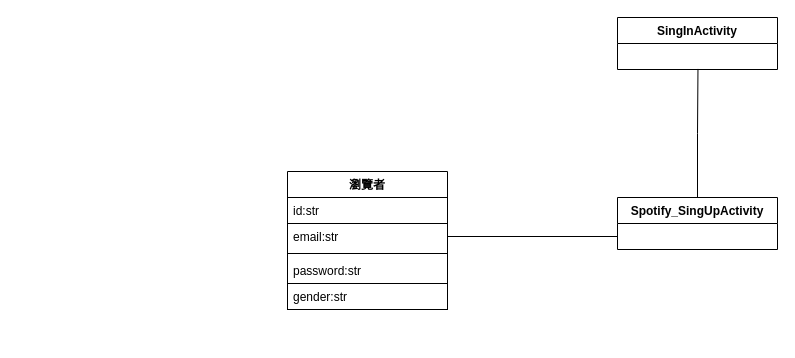
Before: page "註冊作業" (3 of 4) of draw object class.drawio in 35596035/End-of-period-project, a draw.io diagram. Source tidied: cells renumbered, new cells numbered last; positions are measured from the earlier drawing's top-left corner, leaving out a move shared by most shapes. Both pictures are drawn from the tidied source at 100%, with x=0, y=0 at pixel (287, 17).
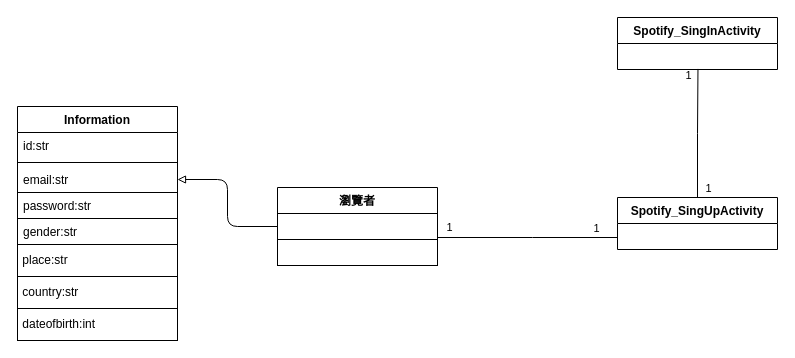
Above is the later version.

The change refers to these unchanged cells:
```xml
<mxCell id="8" style="edgeStyle=orthogonalEdgeStyle;rounded=0;jettySize=auto;html=1;exitX=0.5;exitY=0;exitDx=0;exitDy=0;entryX=0.503;entryY=0.979;entryDx=0;entryDy=0;entryPerimeter=0;endArrow=none;endFill=0;" parent="1" edge="1" source="9" target="12">
  <mxGeometry relative="1" as="geometry" />
</mxCell>
<mxCell id="10" value=" " style="text;strokeColor=none;fillColor=none;align=left;verticalAlign=top;spacingLeft=4;spacingRight=4;overflow=hidden;points=[[0,0.5],[1,0.5]];portConstraint=eastwest;" parent="9" vertex="1">
  <mxGeometry y="26" width="160" height="26" as="geometry" />
</mxCell>
```

Diff of the diagram source:
```diff
@@
     <mxCell id="2" value="瀏覽者" style="swimlane;fontStyle=1;align=center;verticalAlign=top;horizontal=1;startSize=26;" parent="1" vertex="1">
-      <mxGeometry y="154" width="160" height="138" as="geometry" />
+      <mxGeometry x="-10" y="170" width="160" height="78" as="geometry" />
     </mxCell>
-    <mxCell id="3" value="id:str" style="text;strokeColor=default;fillColor=none;align=left;verticalAlign=top;spacingLeft=4;spacingRight=4;overflow=hidden;points=[[0,0.5],[1,0.5]];portConstraint=eastwest;" parent="2" vertex="1">
+    <mxCell id="3" value=" " style="text;strokeColor=default;fillColor=none;align=left;verticalAlign=top;spacingLeft=4;spacingRight=4;overflow=hidden;points=[[0,0.5],[1,0.5]];portConstraint=eastwest;" parent="2" vertex="1">
       <mxGeometry y="26" width="160" height="26" as="geometry" />
     </mxCell>
-    <mxCell id="4" value="email:str" style="text;strokeColor=none;fillColor=none;align=left;verticalAlign=top;spacingLeft=4;spacingRight=4;overflow=hidden;points=[[0,0.5],[1,0.5]];portConstraint=eastwest;" parent="2" vertex="1">
-      <mxGeometry y="52" width="160" height="26" as="geometry" />
-    </mxCell>
-    <mxCell id="5" style="line;strokeWidth=1;fillColor=none;align=left;verticalAlign=middle;spacingTop=-1;spacingLeft=3;spacingRight=3;labelPosition=right;" parent="2" vertex="1">
-      <mxGeometry y="78" width="160" height="8" as="geometry" />
-    </mxCell>
-    <mxCell id="6" value="password:str" style="text;strokeColor=none;fillColor=none;align=left;verticalAlign=top;spacingLeft=4;spacingRight=4;overflow=hidden;" parent="2" vertex="1">
-      <mxGeometry y="86" width="160" height="26" as="geometry" />
-    </mxCell>
-    <mxCell id="7" value="gender:str" style="text;strokeColor=default;fillColor=none;align=left;verticalAlign=top;spacingLeft=4;spacingRight=4;overflow=hidden;" parent="2" vertex="1">
-      <mxGeometry y="112" width="160" height="26" as="geometry" />
+    <mxCell id="7" value=" " style="text;strokeColor=default;fillColor=none;align=left;verticalAlign=top;spacingLeft=4;spacingRight=4;overflow=hidden;" parent="2" vertex="1">
+      <mxGeometry y="52" width="160" height="26" as="geometry" />
     </mxCell>
@@
+    <mxCell id="14" value="1" style="edgeLabel;html=1;align=center;verticalAlign=middle;" parent="8" vertex="1">
+      <mxGeometry x="-0.83" y="1" relative="1" as="geometry">
+        <mxPoint x="11" y="1" as="offset" />
+      </mxGeometry>
+    </mxCell>
+    <mxCell id="15" value="1" style="edgeLabel;html=1;align=center;verticalAlign=middle;" parent="8" vertex="1">
+      <mxGeometry x="0.91" y="1" relative="1" as="geometry">
+        <mxPoint x="-9" as="offset" />
+      </mxGeometry>
+    </mxCell>
@@
-    <mxCell id="11" value="SingInActivity" style="swimlane;fontStyle=1;align=center;verticalAlign=top;horizontal=1;startSize=26;strokeColor=default;" parent="1" vertex="1">
+    <mxCell id="11" value="Spotify_SingInActivity" style="swimlane;fontStyle=1;align=center;verticalAlign=top;horizontal=1;startSize=26;strokeColor=default;" parent="1" vertex="1">
       <mxGeometry x="330" width="160" height="52" as="geometry" />
     </mxCell>
@@
-    <mxCell id="13" style="edgeStyle=orthogonalEdgeStyle;rounded=0;jettySize=auto;html=1;exitX=1;exitY=0.5;exitDx=0;exitDy=0;entryX=0;entryY=0.5;entryDx=0;entryDy=0;endArrow=none;endFill=0;" parent="1" edge="1" source="4" target="10">
-      <mxGeometry relative="1" as="geometry" />
-    </mxCell>
+    <mxCell id="16" style="edgeStyle=orthogonalEdgeStyle;rounded=0;jettySize=auto;html=1;exitX=0;exitY=0.5;exitDx=0;exitDy=0;endArrow=none;endFill=0;" parent="1" edge="1" source="10">
+      <mxGeometry relative="1" as="geometry">
+        <mxPoint x="150" y="220" as="targetPoint" />
+        <Array as="points">
+          <mxPoint x="330" y="220" />
+          <mxPoint x="245" y="220" />
+        </Array>
+      </mxGeometry>
+    </mxCell>
+    <mxCell id="17" value="1" style="edgeLabel;html=1;align=center;verticalAlign=middle;" parent="16" vertex="1">
+      <mxGeometry x="0.88" y="1" relative="1" as="geometry">
+        <mxPoint y="-12" as="offset" />
+      </mxGeometry>
+    </mxCell>
+    <mxCell id="18" value="1" style="edgeLabel;html=1;align=center;verticalAlign=middle;" parent="16" vertex="1">
+      <mxGeometry x="-0.75" y="-1" relative="1" as="geometry">
+        <mxPoint y="-9" as="offset" />
+      </mxGeometry>
+    </mxCell>
+    <mxCell id="19" value="Information" style="swimlane;fontStyle=1;align=center;verticalAlign=top;horizontal=1;startSize=26;" parent="1" vertex="1">
+      <mxGeometry x="-270" y="89" width="160" height="234" as="geometry" />
+    </mxCell>
+    <mxCell id="20" value="id:str" style="text;strokeColor=none;fillColor=none;align=left;verticalAlign=top;spacingLeft=4;spacingRight=4;overflow=hidden;" parent="19" vertex="1">
+      <mxGeometry y="26" width="160" height="26" as="geometry" />
+    </mxCell>
+    <mxCell id="21" style="line;strokeWidth=1;fillColor=none;align=left;verticalAlign=middle;spacingTop=-1;spacingLeft=3;spacingRight=3;labelPosition=right;" parent="19" vertex="1">
+      <mxGeometry y="52" width="160" height="8" as="geometry" />
+    </mxCell>
+    <mxCell id="4" value="email:str" style="text;strokeColor=none;fillColor=none;align=left;verticalAlign=top;spacingLeft=4;spacingRight=4;overflow=hidden;points=[[0,0.5],[1,0.5]];portConstraint=eastwest;" parent="19" vertex="1">
+      <mxGeometry y="60" width="160" height="26" as="geometry" />
+    </mxCell>
+    <mxCell id="6" value="password:str" style="text;strokeColor=default;fillColor=none;align=left;verticalAlign=top;spacingLeft=4;spacingRight=4;overflow=hidden;" parent="19" vertex="1">
+      <mxGeometry y="86" width="160" height="26" as="geometry" />
+    </mxCell>
+    <mxCell id="22" value="gender:str" style="text;strokeColor=default;fillColor=none;align=left;verticalAlign=top;spacingLeft=4;spacingRight=4;overflow=hidden;" parent="19" vertex="1">
+      <mxGeometry y="112" width="160" height="26" as="geometry" />
+    </mxCell>
+    <mxCell id="23" value="&amp;nbsp;place:str" style="html=1;align=left;fillColor=none;" parent="19" vertex="1">
+      <mxGeometry y="138" width="160" height="32" as="geometry" />
+    </mxCell>
+    <mxCell id="24" value="&amp;nbsp;country:str" style="html=1;align=left;fillColor=none;" parent="19" vertex="1">
+      <mxGeometry y="170" width="160" height="32" as="geometry" />
+    </mxCell>
+    <mxCell id="25" value="&amp;nbsp;dateofbirth:int" style="html=1;align=left;fillColor=none;" parent="19" vertex="1">
+      <mxGeometry y="202" width="160" height="32" as="geometry" />
+    </mxCell>
+    <mxCell id="26" style="edgeStyle=orthogonalEdgeStyle;rounded=1;jettySize=auto;html=1;exitX=0;exitY=0.5;exitDx=0;exitDy=0;entryX=1;entryY=0.5;entryDx=0;entryDy=0;endArrow=block;endFill=0;" parent="1" edge="1" source="3" target="4">
+      <mxGeometry relative="1" as="geometry" />
+    </mxCell>
```
